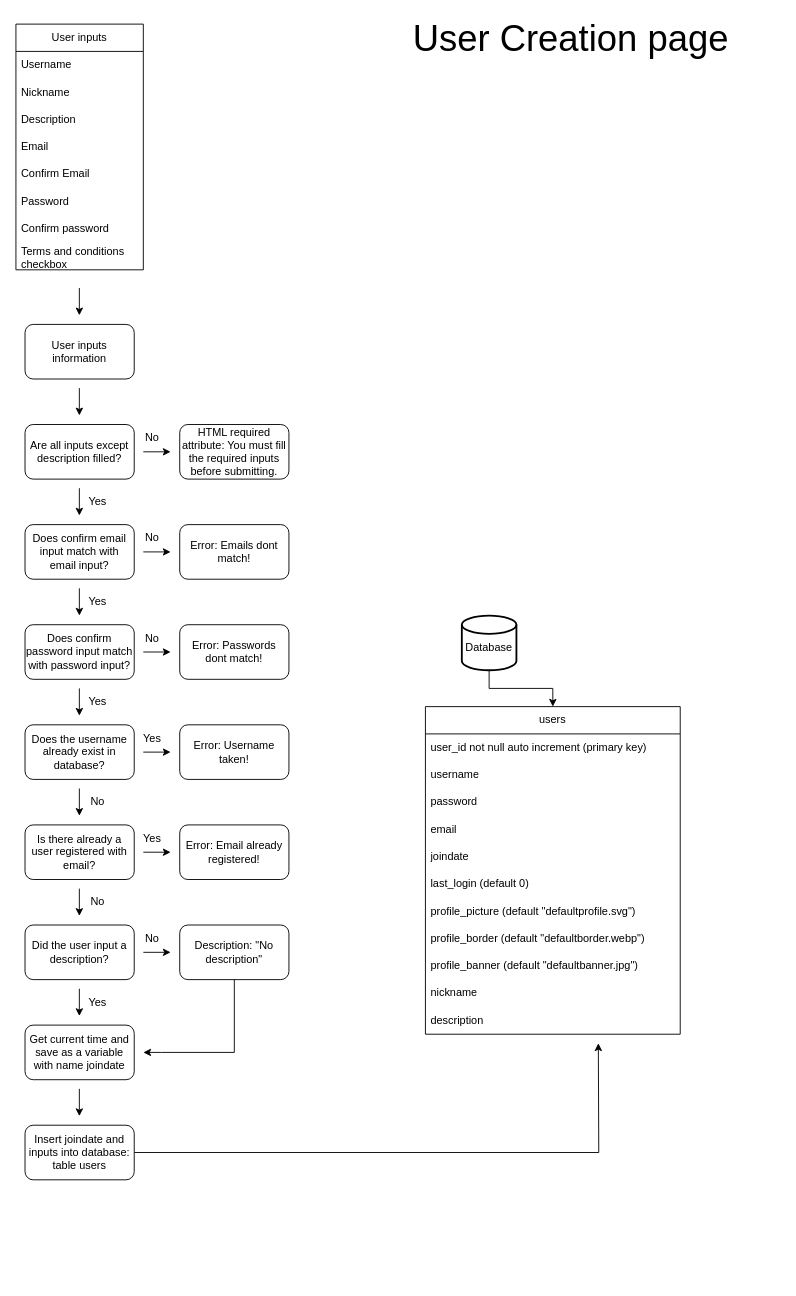
DenysDyshlovskyi/Nocturnal-Skirmish-GameHub-Project keeps this draw.io diagram as design_prototypes/flowcharts/User_Creation_Page.drawio. Above is the earlier version. Source tidied: cells renumbered, new cells numbered last; positions are measured from the earlier drawing's top-left corner, leaving out a move shared by most shapes. Both pictures are drawn from the tidied source at 91%, with x=0, y=0 at pixel (15, 24).
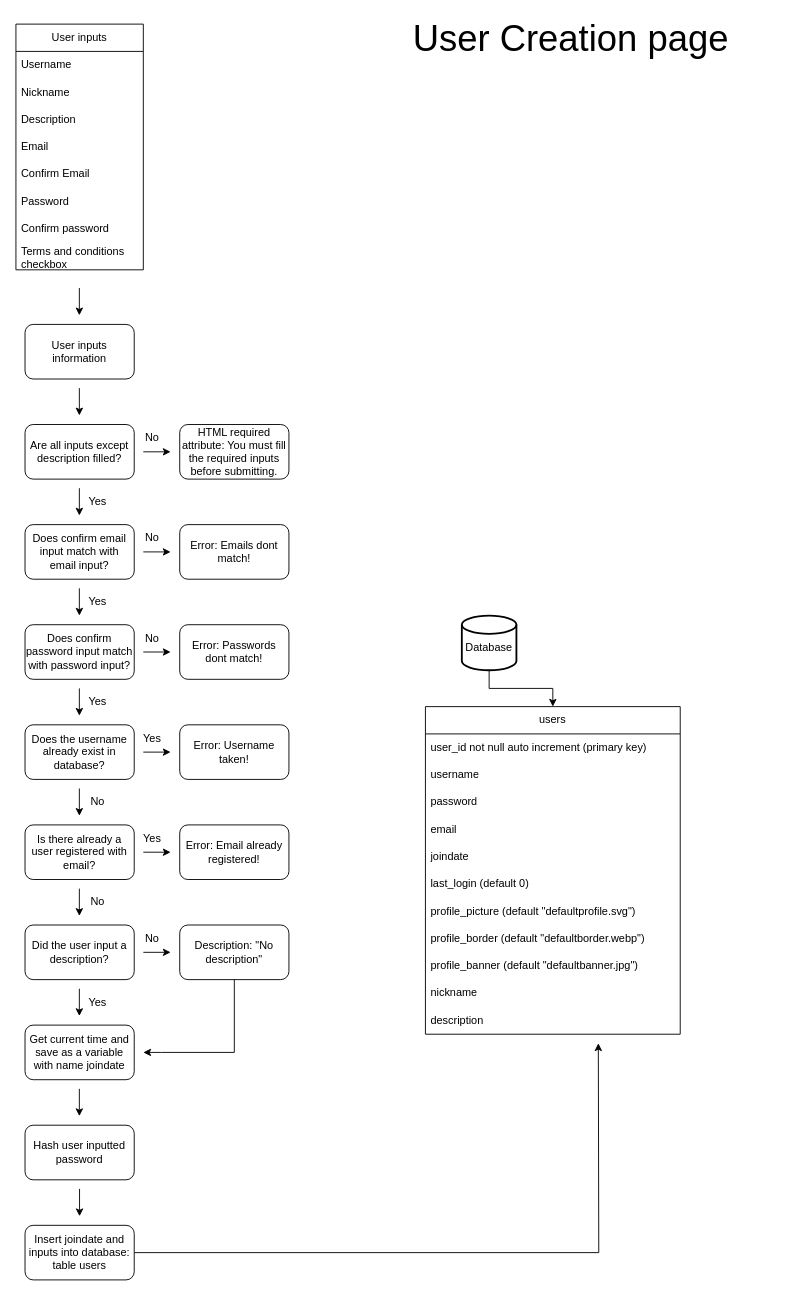
After the change.

Commit message:
included password hash in flowchart

The edit, as a diff of the source:
```diff
@@
     <mxCell id="69" value="Insert joindate and inputs into database: table users" style="rounded=1;whiteSpace=wrap;html=1;" parent="1" vertex="1">
-      <mxGeometry x="10" y="1210" width="120" height="60" as="geometry" />
+      <mxGeometry x="10" y="1320" width="120" height="60" as="geometry" />
     </mxCell>
@@
+    <mxCell id="71" value="Hash user inputted password" style="rounded=1;whiteSpace=wrap;html=1;" parent="1" vertex="1">
+      <mxGeometry x="10" y="1210" width="120" height="60" as="geometry" />
+    </mxCell>
+    <mxCell id="72" style="endArrow=classic;html=1;rounded=0;" parent="1" edge="1">
+      <mxGeometry relative="1" as="geometry">
+        <mxPoint x="69.9" y="1280" as="sourcePoint" />
+        <mxPoint x="69.9" y="1310" as="targetPoint" />
+      </mxGeometry>
+    </mxCell>
```
